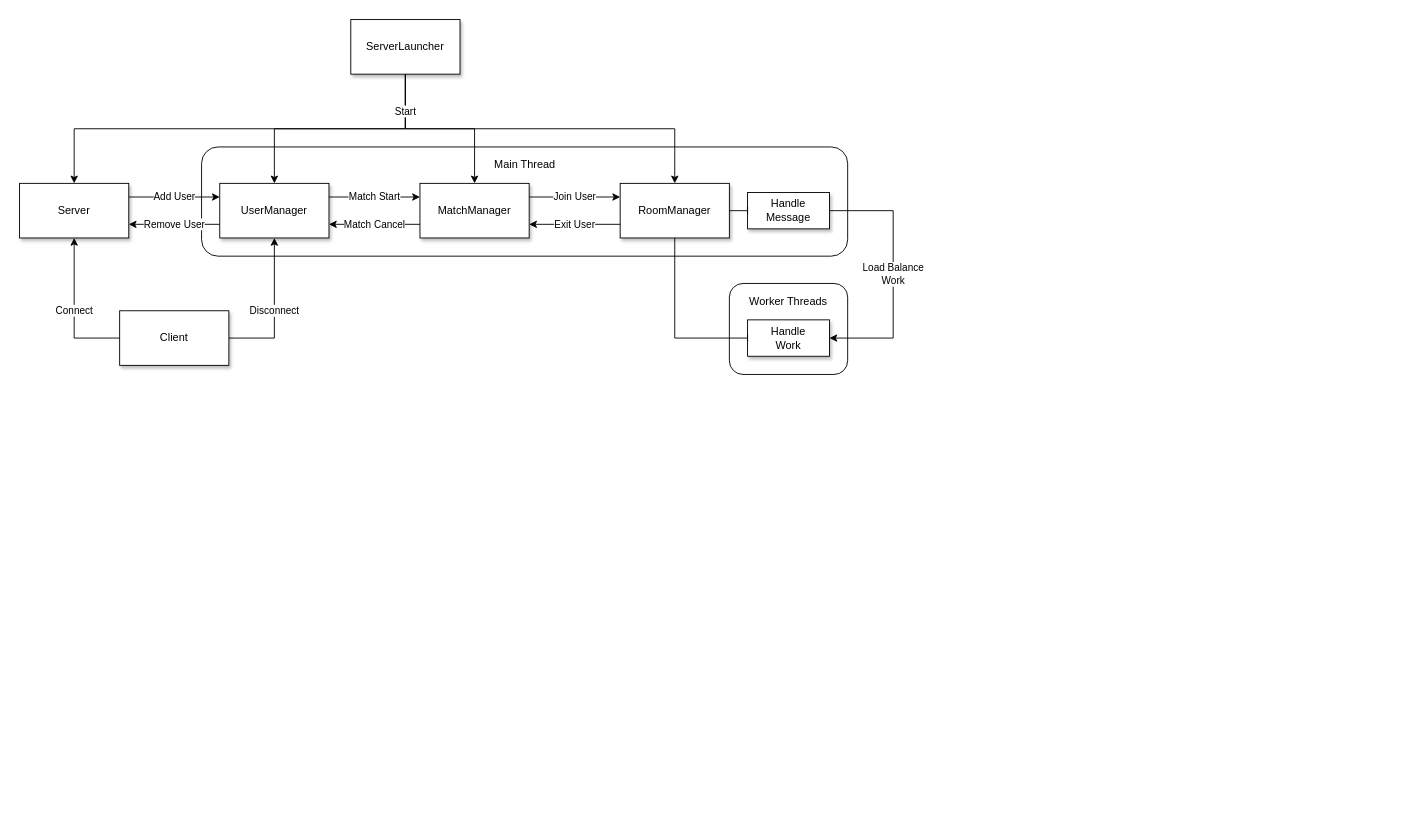
The draw.io diagram GNServerLib/GNServerLib.drawio in T00MATO/GameNetworkLib, before the edit. Source tidied: cells renumbered, new cells numbered last; positions are measured from the earlier drawing's top-left corner, leaving out a move shared by most shapes. Both pictures are drawn from the tidied source at 91%, with x=0, y=0 at pixel (19, 19).
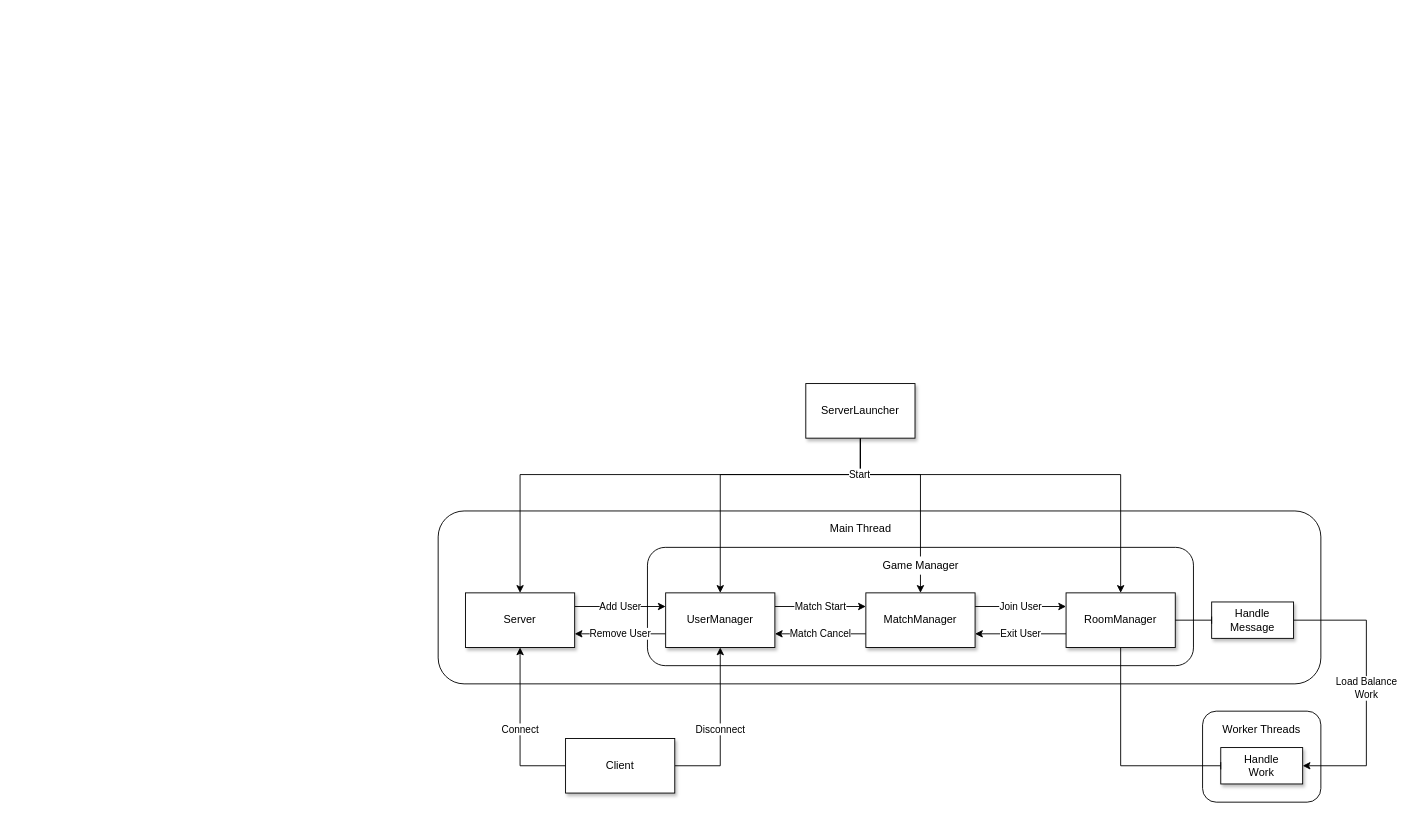
The same diagram, later.

Commit message (it also covers changes not shown here):
다이어그램 수정

Diff of the diagram source:
```diff
@@
-    <mxCell id="2" style="group;" parent="1" vertex="1">
-      <mxGeometry x="200" y="140" width="710" height="120" as="geometry" />
-    </mxCell>
-    <mxCell id="3" style="rounded=1;whiteSpace=wrap;html=1;" parent="2" vertex="1">
-      <mxGeometry width="710" height="120" as="geometry" />
-    </mxCell>
-    <mxCell id="4" value="Main Thread" style="text;html=1;strokeColor=none;fillColor=none;align=center;verticalAlign=middle;whiteSpace=wrap;rounded=0;" parent="2" vertex="1">
-      <mxGeometry x="288.8" y="10" width="132.5" height="20" as="geometry" />
-    </mxCell>
-    <mxCell id="5" value="UserManager" style="rounded=0;whiteSpace=wrap;html=1;shadow=1;" parent="2" vertex="1">
-      <mxGeometry x="20" y="40" width="120" height="60" as="geometry" />
-    </mxCell>
-    <mxCell id="6" value="Handle&lt;br&gt;Message" style="rounded=0;whiteSpace=wrap;html=1;shadow=1;" parent="2" vertex="1">
-      <mxGeometry x="600" y="50" width="90" height="40" as="geometry" />
-    </mxCell>
-    <mxCell id="7" value="RoomManager" style="rounded=0;whiteSpace=wrap;html=1;shadow=1;" parent="2" vertex="1">
-      <mxGeometry x="460" y="40" width="120" height="60" as="geometry" />
-    </mxCell>
-    <mxCell id="8" style="edgeStyle=orthogonalEdgeStyle;rounded=0;jettySize=auto;html=1;exitX=1;exitY=0.5;exitDx=0;exitDy=0;entryX=0;entryY=0.5;entryDx=0;entryDy=0;strokeColor=default;endArrow=baseDash;endFill=0;" parent="2" edge="1" source="7" target="6">
-      <mxGeometry relative="1" as="geometry" />
-    </mxCell>
+    <mxCell id="31" style="rounded=1;whiteSpace=wrap;html=1;" parent="1" vertex="1">
+      <mxGeometry x="460" y="540" width="970" height="190" as="geometry" />
+    </mxCell>
+    <mxCell id="32" style="rounded=1;whiteSpace=wrap;html=1;" parent="1" vertex="1">
+      <mxGeometry x="690" y="580" width="600" height="130" as="geometry" />
+    </mxCell>
     <mxCell id="9" style="edgeStyle=orthogonalEdgeStyle;rounded=0;jettySize=auto;html=1;exitX=0.5;exitY=1;exitDx=0;exitDy=0;entryX=0.5;entryY=0;entryDx=0;entryDy=0;" parent="1" edge="1" source="13" target="5">
-      <mxGeometry relative="1" as="geometry" />
+      <mxGeometry relative="1" as="geometry">
+        <Array as="points">
+          <mxPoint x="924" y="500" />
+          <mxPoint x="770" y="500" />
+        </Array>
+      </mxGeometry>
     </mxCell>
     <mxCell id="10" style="edgeStyle=orthogonalEdgeStyle;rounded=0;jettySize=auto;html=1;exitX=0.5;exitY=1;exitDx=0;exitDy=0;entryX=0.5;entryY=0;entryDx=0;entryDy=0;" parent="1" edge="1" source="13" target="19">
-      <mxGeometry relative="1" as="geometry" />
+      <mxGeometry relative="1" as="geometry">
+        <Array as="points">
+          <mxPoint x="924" y="500" />
+          <mxPoint x="990" y="500" />
+        </Array>
+      </mxGeometry>
     </mxCell>
     <mxCell id="11" style="edgeStyle=orthogonalEdgeStyle;rounded=0;jettySize=auto;html=1;exitX=0.5;exitY=1;exitDx=0;exitDy=0;entryX=0.5;entryY=0;entryDx=0;entryDy=0;" parent="1" edge="1" source="13" target="7">
-      <mxGeometry relative="1" as="geometry" />
+      <mxGeometry relative="1" as="geometry">
+        <Array as="points">
+          <mxPoint x="924" y="500" />
+          <mxPoint x="1210" y="500" />
+        </Array>
+      </mxGeometry>
     </mxCell>
     <mxCell id="12" value="Start" style="edgeStyle=orthogonalEdgeStyle;rounded=0;jettySize=auto;html=1;exitX=0.5;exitY=1;exitDx=0;exitDy=0;entryX=0.5;entryY=0;entryDx=0;entryDy=0;" parent="1" edge="1" source="13" target="15">
-      <mxGeometry x="-0.83" relative="1" as="geometry" />
+      <mxGeometry x="-0.85" relative="1" as="geometry">
+        <Array as="points">
+          <mxPoint x="924" y="500" />
+          <mxPoint x="550" y="500" />
+        </Array>
+      </mxGeometry>
     </mxCell>
     <mxCell id="13" value="ServerLauncher" style="rounded=0;whiteSpace=wrap;html=1;shadow=1;" parent="1" vertex="1">
-      <mxGeometry x="364" width="120" height="60" as="geometry" />
+      <mxGeometry x="864" y="400" width="120" height="60" as="geometry" />
     </mxCell>
@@
     <mxCell id="15" value="Server" style="rounded=0;whiteSpace=wrap;html=1;shadow=1;" parent="1" vertex="1">
-      <mxGeometry y="180" width="120" height="60" as="geometry" />
+      <mxGeometry x="490" y="630" width="120" height="60" as="geometry" />
     </mxCell>
@@
     <mxCell id="19" value="MatchManager" style="rounded=0;whiteSpace=wrap;html=1;shadow=1;" parent="1" vertex="1">
-      <mxGeometry x="440" y="180" width="120" height="60" as="geometry" />
+      <mxGeometry x="930" y="630" width="120" height="60" as="geometry" />
     </mxCell>
@@
     <mxCell id="23" value="Client" style="rounded=0;whiteSpace=wrap;html=1;shadow=1;" parent="1" vertex="1">
-      <mxGeometry x="110" y="320" width="120" height="60" as="geometry" />
+      <mxGeometry x="600" y="790" width="120" height="60" as="geometry" />
     </mxCell>
-    <mxCell id="24" style="group;" parent="1" vertex="1">
-      <mxGeometry x="780" y="290" width="130" height="100" as="geometry" />
-    </mxCell>
+    <mxCell id="33" style="group;" parent="1" vertex="1">
+      <mxGeometry x="1300" y="760" width="130" height="100" as="geometry" />
+    </mxCell>
-    <mxCell id="25" style="rounded=1;whiteSpace=wrap;html=1;" parent="24" vertex="1">
+    <mxCell id="25" style="rounded=1;whiteSpace=wrap;html=1;" parent="33" vertex="1">
       <mxGeometry width="130" height="100" as="geometry" />
     </mxCell>
-    <mxCell id="26" value="Handle&lt;br&gt;Work" style="rounded=0;whiteSpace=wrap;html=1;glass=0;shadow=1;" parent="24" vertex="1">
+    <mxCell id="26" value="Handle&lt;br&gt;Work" style="rounded=0;whiteSpace=wrap;html=1;glass=0;shadow=1;" parent="33" vertex="1">
       <mxGeometry x="20" y="40" width="90" height="40" as="geometry" />
     </mxCell>
-    <mxCell id="27" value="Worker Threads" style="text;html=1;strokeColor=none;fillColor=none;align=center;verticalAlign=middle;whiteSpace=wrap;rounded=0;" parent="24" vertex="1">
+    <mxCell id="27" value="Worker Threads" style="text;html=1;strokeColor=none;fillColor=none;align=center;verticalAlign=middle;whiteSpace=wrap;rounded=0;" parent="33" vertex="1">
       <mxGeometry x="10" y="10" width="110" height="20" as="geometry" />
     </mxCell>
-    <mxCell id="28" value="Load Balance&lt;br&gt;Work" style="edgeStyle=orthogonalEdgeStyle;rounded=0;jettySize=auto;html=1;exitX=1;exitY=0.5;exitDx=0;exitDy=0;entryX=1;entryY=0.5;entryDx=0;entryDy=0;" parent="1" edge="1" source="6" target="26">
-      <mxGeometry relative="1" as="geometry">
-        <Array as="points">
-          <mxPoint x="960" y="210" />
-          <mxPoint x="960" y="350" />
-        </Array>
-      </mxGeometry>
-    </mxCell>
@@
+    <mxCell id="4" value="Main Thread" style="text;html=1;strokeColor=none;fillColor=none;align=center;verticalAlign=middle;whiteSpace=wrap;rounded=0;" parent="1" vertex="1">
+      <mxGeometry x="857.8" y="550" width="132.5" height="20" as="geometry" />
+    </mxCell>
+    <mxCell id="5" value="UserManager" style="rounded=0;whiteSpace=wrap;html=1;shadow=1;" parent="1" vertex="1">
+      <mxGeometry x="710" y="630" width="120" height="60" as="geometry" />
+    </mxCell>
+    <mxCell id="28" value="Load Balance&lt;br&gt;Work" style="edgeStyle=orthogonalEdgeStyle;rounded=0;jettySize=auto;html=1;exitX=1;exitY=0.5;exitDx=0;exitDy=0;entryX=1;entryY=0.5;entryDx=0;entryDy=0;" parent="1" edge="1" source="6" target="26">
+      <mxGeometry relative="1" as="geometry">
+        <Array as="points">
+          <mxPoint x="1480" y="660" />
+          <mxPoint x="1480" y="820" />
+        </Array>
+      </mxGeometry>
+    </mxCell>
+    <mxCell id="6" value="Handle&lt;br&gt;Message" style="rounded=0;whiteSpace=wrap;html=1;shadow=1;" parent="1" vertex="1">
+      <mxGeometry x="1310" y="640" width="90" height="40" as="geometry" />
+    </mxCell>
+    <mxCell id="7" value="RoomManager" style="rounded=0;whiteSpace=wrap;html=1;shadow=1;" parent="1" vertex="1">
+      <mxGeometry x="1150" y="630" width="120" height="60" as="geometry" />
+    </mxCell>
+    <mxCell id="8" style="edgeStyle=orthogonalEdgeStyle;rounded=0;jettySize=auto;html=1;exitX=1;exitY=0.5;exitDx=0;exitDy=0;entryX=0;entryY=0.5;entryDx=0;entryDy=0;strokeColor=default;endArrow=baseDash;endFill=0;" parent="1" edge="1" source="7" target="6">
+      <mxGeometry relative="1" as="geometry" />
+    </mxCell>
+    <mxCell id="34" value="Game Manager" style="text;html=1;align=center;verticalAlign=middle;whiteSpace=wrap;rounded=0;fillColor=default;" parent="1" vertex="1">
+      <mxGeometry x="923.8" y="590" width="132.5" height="20" as="geometry" />
+    </mxCell>
```
